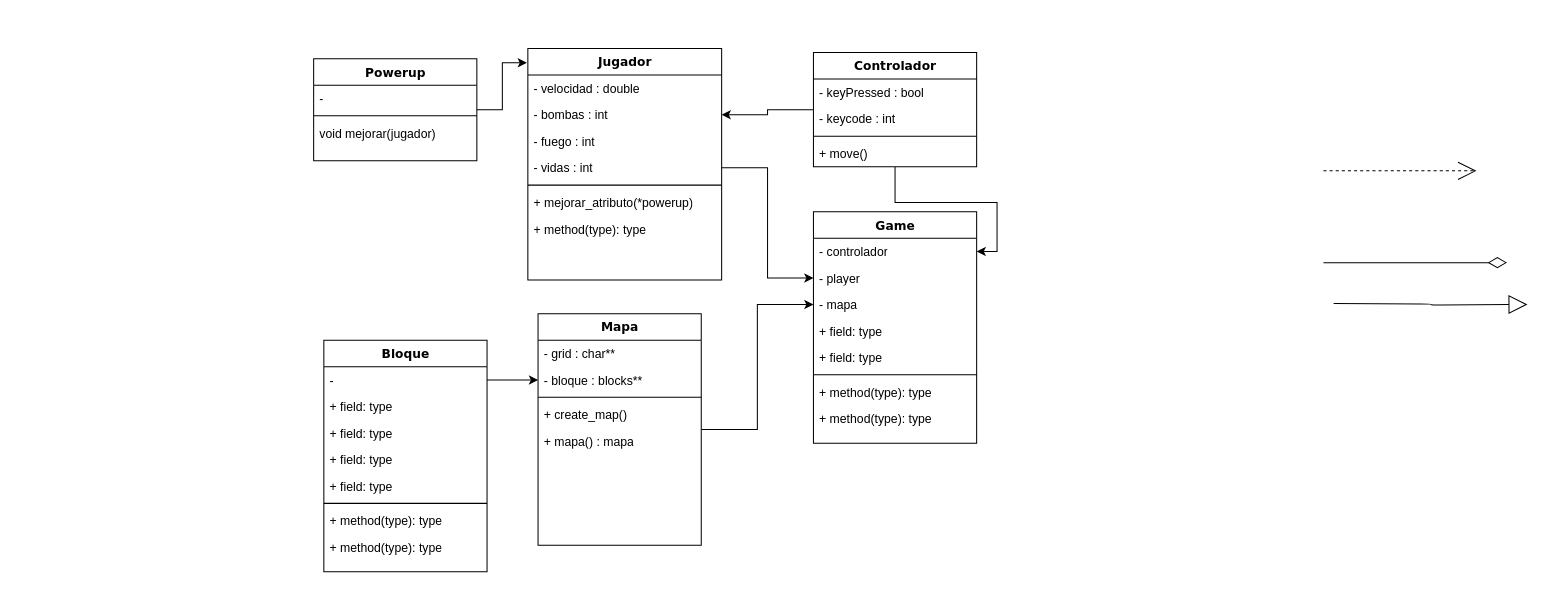
Earlier version of the draw.io diagram DiagramaDeClases.drawio (BerlyCS/Proyecto-Final-CC2). Source tidied: cells renumbered, new cells numbered last; positions are measured from the earlier drawing's top-left corner, leaving out a move shared by most shapes. Both pictures are drawn from the tidied source at 102%, with x=0, y=0 at pixel (313, 48).
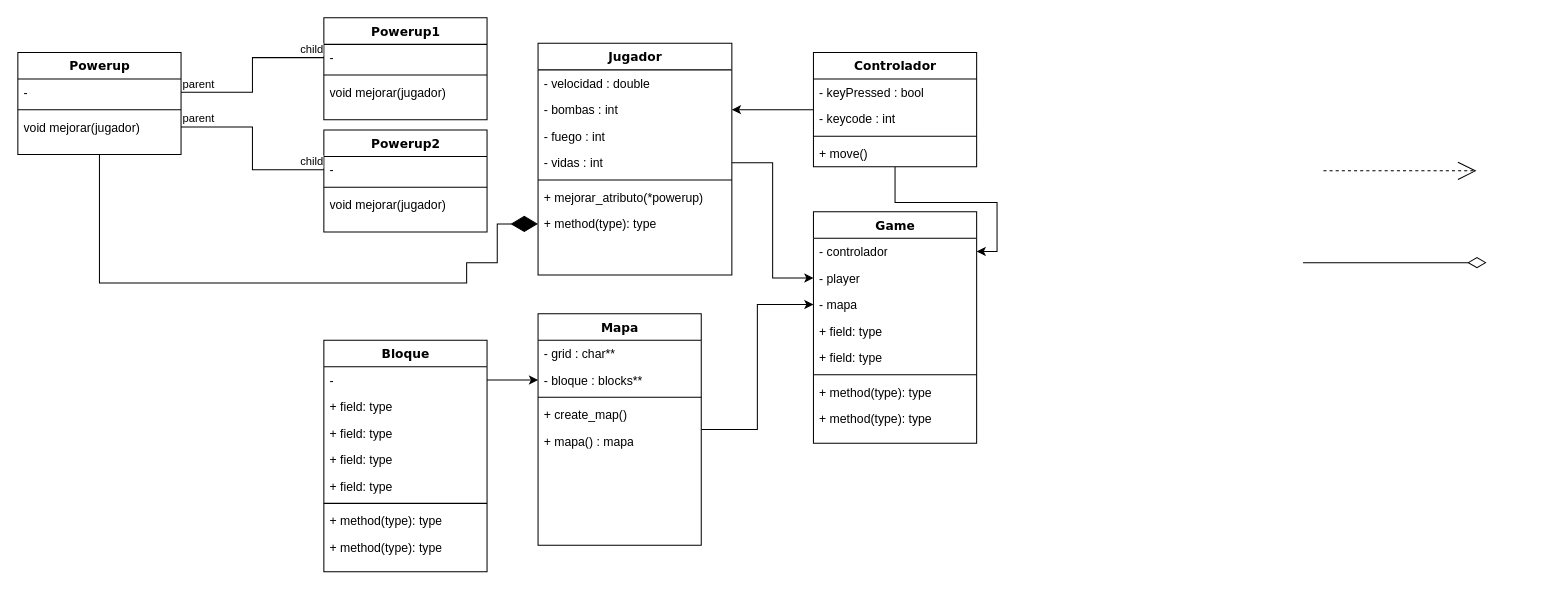
After the change.

Unchanged cells that the change refers to:
```xml
<mxCell id="37" value="+ method(type): type" style="text;html=1;strokeColor=none;fillColor=none;align=left;verticalAlign=top;spacingLeft=4;spacingRight=4;whiteSpace=wrap;overflow=hidden;points=[[0,0.5],[1,0.5]];portConstraint=eastwest;" parent="30" vertex="1">
  <mxGeometry y="164" width="190" height="26" as="geometry" />
</mxCell>
<mxCell id="39" value="-&amp;nbsp;" style="text;html=1;strokeColor=none;fillColor=none;align=left;verticalAlign=top;spacingLeft=4;spacingRight=4;whiteSpace=wrap;overflow=hidden;points=[[0,0.5],[1,0.5]];portConstraint=eastwest;" parent="38" vertex="1">
  <mxGeometry y="26" width="160" height="26" as="geometry" />
</mxCell>
<mxCell id="41" value="void mejorar(jugador)" style="text;html=1;strokeColor=none;fillColor=none;align=left;verticalAlign=top;spacingLeft=4;spacingRight=4;whiteSpace=wrap;overflow=hidden;points=[[0,0.5],[1,0.5]];portConstraint=eastwest;" parent="38" vertex="1">
  <mxGeometry y="60" width="160" height="26" as="geometry" />
</mxCell>
```

The edit, as a diff of the source:
```diff
@@
-    <mxCell id="12" style="edgeStyle=orthogonalEdgeStyle;html=1;labelBackgroundColor=none;startFill=0;startSize=8;endArrow=block;endFill=0;endSize=16;fontFamily=Verdana;fontSize=12;" parent="1" edge="1">
-      <mxGeometry relative="1" as="geometry">
-        <mxPoint x="1000" y="250" as="sourcePoint" />
-        <mxPoint x="1190" y="251" as="targetPoint" />
-      </mxGeometry>
-    </mxCell>
     <mxCell id="13" style="edgeStyle=elbowEdgeStyle;html=1;labelBackgroundColor=none;startFill=0;startSize=8;endArrow=diamondThin;endFill=0;endSize=16;fontFamily=Verdana;fontSize=12;elbow=vertical;" parent="1" edge="1">
       <mxGeometry relative="1" as="geometry">
-        <mxPoint x="990" y="210" as="sourcePoint" />
-        <mxPoint x="1170" y="210" as="targetPoint" />
+        <mxPoint x="970" y="210" as="sourcePoint" />
+        <mxPoint x="1150" y="210" as="targetPoint" />
       </mxGeometry>
     </mxCell>
@@
     <mxCell id="30" value="Jugador" style="swimlane;html=1;fontStyle=1;align=center;verticalAlign=top;horizontal=1;startSize=26;swimlaneFillColor=#ffffff;rounded=0;shadow=0;comic=0;labelBackgroundColor=none;strokeWidth=1;fillColor=none;fontFamily=Verdana;fontSize=12;" parent="1" vertex="1">
-      <mxGeometry x="210" width="190" height="227" as="geometry" />
+      <mxGeometry x="220" y="-5" width="190" height="227" as="geometry" />
     </mxCell>
@@
     <mxCell id="38" value="Powerup" style="swimlane;html=1;fontStyle=1;align=center;verticalAlign=top;horizontal=1;startSize=26;swimlaneFillColor=#ffffff;rounded=0;shadow=0;comic=0;labelBackgroundColor=none;strokeWidth=1;fillColor=none;fontFamily=Verdana;fontSize=12;" parent="1" vertex="1">
-      <mxGeometry y="10" width="160" height="100" as="geometry" />
+      <mxGeometry x="-290" y="4" width="160" height="100" as="geometry" />
     </mxCell>
@@
-    <mxCell id="42" style="edgeStyle=orthogonalEdgeStyle;rounded=0;jettySize=auto;html=1;entryX=-0.005;entryY=0.062;entryDx=0;entryDy=0;entryPerimeter=0;" parent="1" edge="1" source="38" target="30">
-      <mxGeometry relative="1" as="geometry" />
-    </mxCell>
@@
+    <mxCell id="52" value="Powerup1" style="swimlane;html=1;fontStyle=1;align=center;verticalAlign=top;horizontal=1;startSize=26;swimlaneFillColor=#ffffff;rounded=0;shadow=0;comic=0;labelBackgroundColor=none;strokeWidth=1;fillColor=none;fontFamily=Verdana;fontSize=12;" parent="1" vertex="1">
+      <mxGeometry x="10" y="-30" width="160" height="100" as="geometry" />
+    </mxCell>
+    <mxCell id="53" value="-&amp;nbsp;" style="text;html=1;strokeColor=none;fillColor=none;align=left;verticalAlign=top;spacingLeft=4;spacingRight=4;whiteSpace=wrap;overflow=hidden;points=[[0,0.5],[1,0.5]];portConstraint=eastwest;" parent="52" vertex="1">
+      <mxGeometry y="26" width="160" height="26" as="geometry" />
+    </mxCell>
+    <mxCell id="54" style="line;html=1;strokeWidth=1;fillColor=none;align=left;verticalAlign=middle;spacingTop=-1;spacingLeft=3;spacingRight=3;labelPosition=right;" parent="52" vertex="1">
+      <mxGeometry y="52" width="160" height="8" as="geometry" />
+    </mxCell>
+    <mxCell id="55" value="void mejorar(jugador)" style="text;html=1;strokeColor=none;fillColor=none;align=left;verticalAlign=top;spacingLeft=4;spacingRight=4;whiteSpace=wrap;overflow=hidden;" parent="52" vertex="1">
+      <mxGeometry y="60" width="160" height="26" as="geometry" />
+    </mxCell>
+    <mxCell id="56" value="Powerup2" style="swimlane;html=1;fontStyle=1;align=center;verticalAlign=top;horizontal=1;startSize=26;swimlaneFillColor=#ffffff;rounded=0;shadow=0;comic=0;labelBackgroundColor=none;strokeWidth=1;fillColor=none;fontFamily=Verdana;fontSize=12;" parent="1" vertex="1">
+      <mxGeometry x="10" y="80" width="160" height="100" as="geometry" />
+    </mxCell>
+    <mxCell id="57" value="-&amp;nbsp;" style="text;html=1;strokeColor=none;fillColor=none;align=left;verticalAlign=top;spacingLeft=4;spacingRight=4;whiteSpace=wrap;overflow=hidden;points=[[0,0.5],[1,0.5]];portConstraint=eastwest;" parent="56" vertex="1">
+      <mxGeometry y="26" width="160" height="26" as="geometry" />
+    </mxCell>
+    <mxCell id="58" style="line;html=1;strokeWidth=1;fillColor=none;align=left;verticalAlign=middle;spacingTop=-1;spacingLeft=3;spacingRight=3;labelPosition=right;" parent="56" vertex="1">
+      <mxGeometry y="52" width="160" height="8" as="geometry" />
+    </mxCell>
+    <mxCell id="59" value="void mejorar(jugador)" style="text;html=1;strokeColor=none;fillColor=none;align=left;verticalAlign=top;spacingLeft=4;spacingRight=4;whiteSpace=wrap;overflow=hidden;" parent="56" vertex="1">
+      <mxGeometry y="60" width="160" height="26" as="geometry" />
+    </mxCell>
+    <mxCell id="60" style="endArrow=none;html=1;edgeStyle=orthogonalEdgeStyle;rounded=0;exitX=1;exitY=0.5;exitDx=0;exitDy=0;entryX=0;entryY=0.5;entryDx=0;entryDy=0;" parent="1" edge="1" source="39" target="53">
+      <mxGeometry relative="1" as="geometry" />
+    </mxCell>
+    <mxCell id="61" value="parent" style="edgeLabel;html=1;align=left;verticalAlign=bottom;" parent="60" vertex="1">
+      <mxGeometry x="-1" relative="1" as="geometry" />
+    </mxCell>
+    <mxCell id="62" value="child" style="edgeLabel;html=1;align=right;verticalAlign=bottom;" parent="60" vertex="1">
+      <mxGeometry x="1" relative="1" as="geometry" />
+    </mxCell>
+    <mxCell id="63" style="endArrow=none;html=1;edgeStyle=orthogonalEdgeStyle;rounded=0;exitX=1;exitY=0.5;exitDx=0;exitDy=0;entryX=0;entryY=0.5;entryDx=0;entryDy=0;" parent="1" edge="1" source="41" target="57">
+      <mxGeometry relative="1" as="geometry" />
+    </mxCell>
+    <mxCell id="64" value="parent" style="edgeLabel;html=1;align=left;verticalAlign=bottom;" parent="63" vertex="1">
+      <mxGeometry x="-1" relative="1" as="geometry" />
+    </mxCell>
+    <mxCell id="65" value="child" style="edgeLabel;html=1;align=right;verticalAlign=bottom;" parent="63" vertex="1">
+      <mxGeometry x="1" relative="1" as="geometry" />
+    </mxCell>
+    <mxCell id="66" style="endArrow=diamondThin;endFill=1;endSize=24;html=1;rounded=0;exitX=0.5;exitY=1;exitDx=0;exitDy=0;entryX=0;entryY=0.5;entryDx=0;entryDy=0;" parent="1" edge="1" source="38" target="37">
+      <mxGeometry relative="1" as="geometry">
+        <Array as="points">
+          <mxPoint x="-210" y="230" />
+          <mxPoint x="150" y="230" />
+          <mxPoint x="150" y="210" />
+          <mxPoint x="180" y="210" />
+          <mxPoint x="180" y="172" />
+        </Array>
+      </mxGeometry>
+    </mxCell>
```
